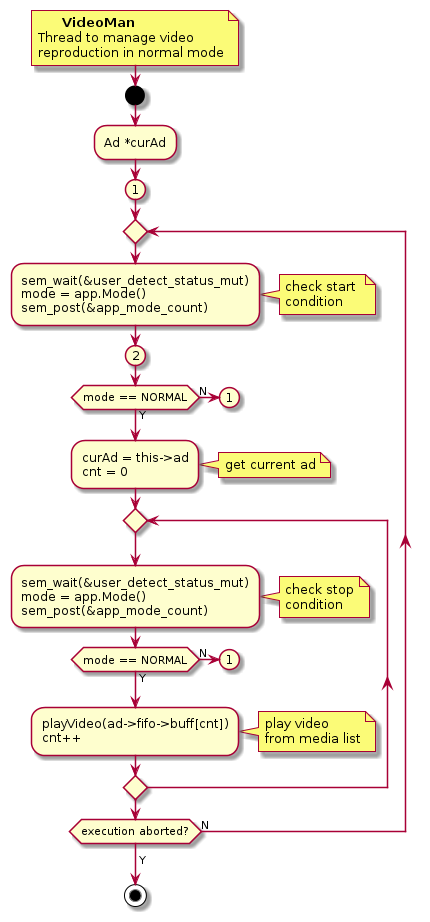
Above: Proj/report/img/flow-local-video-man.png in ElectroQuanta/MDO (PlantUML), before the change.
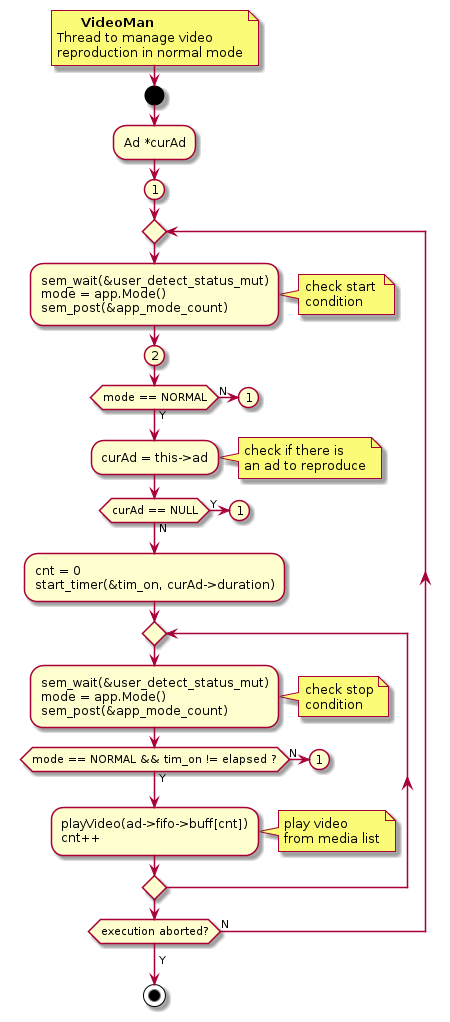
Above is the later version.

Commit message:
UPDT: Flowcharts explanation - local

The edit, as a diff of the source:
```diff
@@ -22,11 +22,18 @@
 			detach
 		else (Y)
 		endif
-		:curAd = this->ad
-		cnt = 0;
+		:curAd = this->ad;
             note right
-				get current ad
+		check if there is
+		an ad to reproduce
             end note
+		if(curAd == NULL) then (Y)
+		(1)
+		detach
+		else (N)
+		endif
+		:cnt = 0
+		start_timer(&tim_on, curAd->duration);
 		repeat
 		:sem_wait(&user_detect_status_mut)
 		mode = app.Mode()
@@ -35,7 +42,7 @@
 				check stop
 				condition
 			end note
-		if(mode == NORMAL) then (N)
+		if(mode == NORMAL && tim_on != elapsed ?) then (N)
 			(1)
 			detach
 		else (Y)
```
